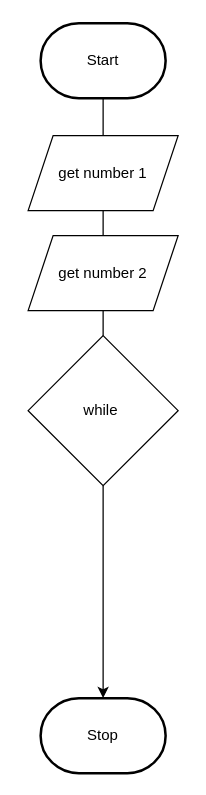
Before: design/flowchart.drawio in MTHS-ICS2O-2-2022/ICS2O-Unit-5-06-Yuri-Gabutero24, a draw.io diagram. Source tidied: cells renumbered, new cells numbered last; positions are measured from the earlier drawing's top-left corner, leaving out a move shared by most shapes. Both pictures are drawn from the tidied source at 125%, with x=0, y=0 at pixel (28, 22).
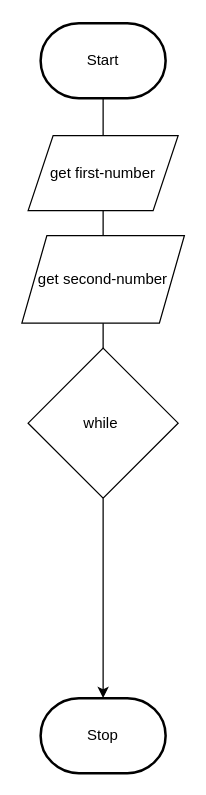
The same diagram, later.

Change to the diagram source:
```diff
@@
 <mxGraphModel>
   <root>
     <mxCell id="0" />
     <mxCell id="1" parent="0" />
     <mxCell id="2" style="edgeStyle=orthogonalEdgeStyle;html=1;rounded=0;startArrow=none;" parent="1" edge="1" source="10" target="4">
       <mxGeometry relative="1" as="geometry" />
     </mxCell>
     <mxCell id="3" value="Start" style="strokeWidth=2;html=1;shape=mxgraph.flowchart.terminator;whiteSpace=wrap;" parent="1" vertex="1">
       <mxGeometry x="10" width="100" height="60" as="geometry" />
     </mxCell>
     <mxCell id="4" value="Stop" style="strokeWidth=2;html=1;shape=mxgraph.flowchart.terminator;whiteSpace=wrap;" parent="1" vertex="1">
       <mxGeometry x="10" y="540" width="100" height="60" as="geometry" />
     </mxCell>
     <mxCell id="5" style="edgeStyle=orthogonalEdgeStyle;html=1;rounded=0;endArrow=none;" parent="1" edge="1" source="3" target="6">
       <mxGeometry relative="1" as="geometry" />
     </mxCell>
-    <mxCell id="6" value="get number 1" style="shape=parallelogram;perimeter=parallelogramPerimeter;whiteSpace=wrap;html=1;fixedSize=1;" parent="1" vertex="1">
+    <mxCell id="6" value="get first-number" style="shape=parallelogram;perimeter=parallelogramPerimeter;whiteSpace=wrap;html=1;fixedSize=1;" parent="1" vertex="1">
       <mxGeometry y="90" width="120" height="60" as="geometry" />
     </mxCell>
     <mxCell id="7" style="edgeStyle=orthogonalEdgeStyle;html=1;rounded=0;startArrow=none;endArrow=none;" parent="1" edge="1" source="6" target="8">
       <mxGeometry relative="1" as="geometry" />
     </mxCell>
-    <mxCell id="8" value="get number 2" style="shape=parallelogram;perimeter=parallelogramPerimeter;whiteSpace=wrap;html=1;fixedSize=1;" parent="1" vertex="1">
-      <mxGeometry y="170" width="120" height="60" as="geometry" />
+    <mxCell id="8" value="get second-number" style="shape=parallelogram;perimeter=parallelogramPerimeter;whiteSpace=wrap;html=1;fixedSize=1;" parent="1" vertex="1">
+      <mxGeometry x="-5" y="170" width="130" height="70" as="geometry" />
     </mxCell>
     <mxCell id="9" style="edgeStyle=orthogonalEdgeStyle;html=1;rounded=0;startArrow=none;endArrow=none;" parent="1" edge="1" source="8" target="10">
       <mxGeometry relative="1" as="geometry" />
     </mxCell>
     <mxCell id="10" value="while&amp;nbsp;" style="rhombus;whiteSpace=wrap;html=1;" parent="1" vertex="1">
-      <mxGeometry y="250" width="120" height="120" as="geometry" />
+      <mxGeometry y="260" width="120" height="120" as="geometry" />
     </mxCell>
   </root>
 </mxGraphModel>
```
